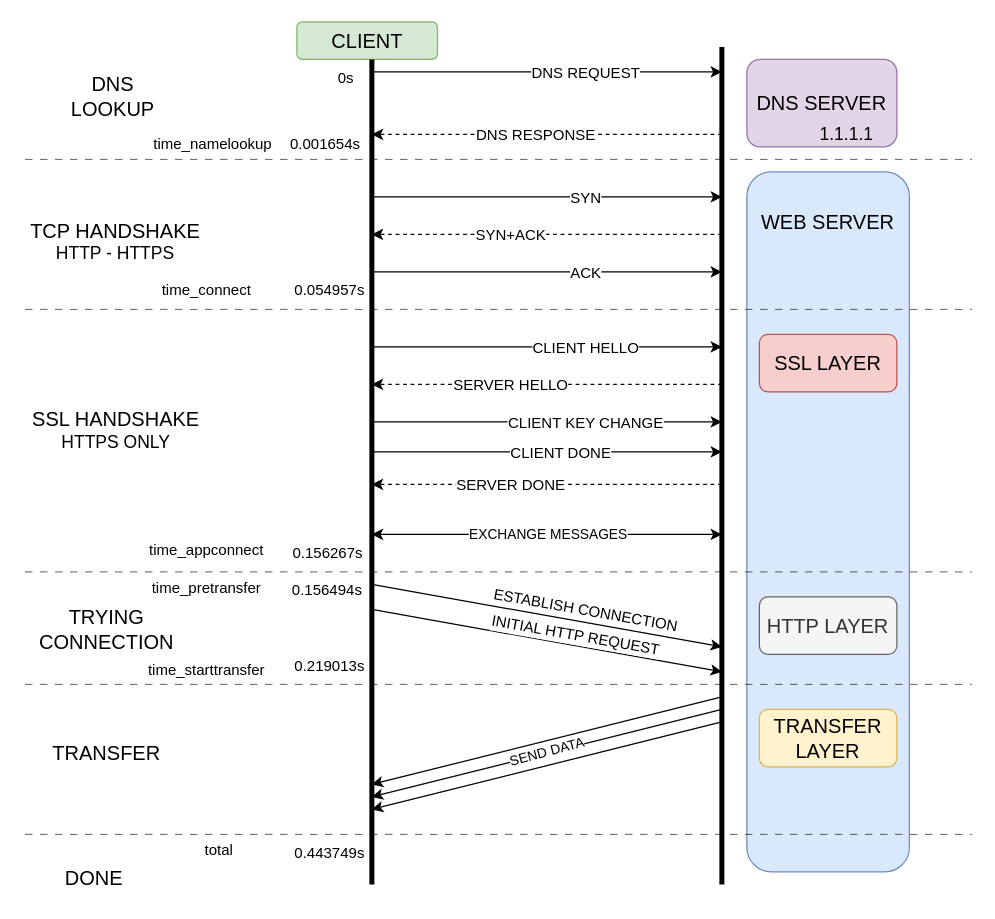
sjaghori/thesis-efficient-serverless-computing-with-webassembly keeps this draw.io diagram as drawio/curl_performance_metrics.drawio. Above is the earlier version. Source tidied: cells renumbered, new cells numbered last; positions are measured from the earlier drawing's top-left corner, leaving out a move shared by most shapes. Both pictures are drawn from the tidied source at 125%, with x=0, y=0 at pixel (21, 21).
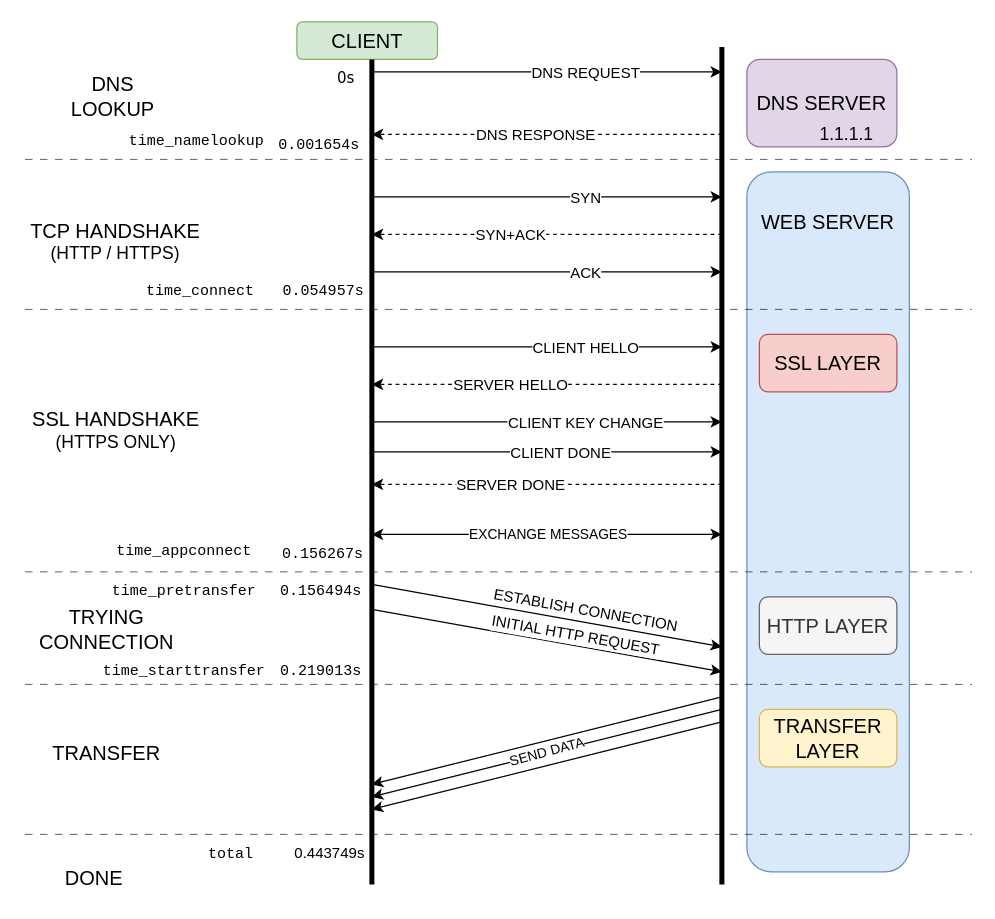
After the change.

What changed in the source:
```diff
@@
-    <mxCell id="48" value="&lt;font style=&quot;&quot;&gt;&lt;span style=&quot;font-size: 16px;&quot;&gt;TCP HANDSHAKE&lt;/span&gt;&lt;br&gt;&lt;font style=&quot;font-size: 14px;&quot;&gt;HTTP - HTTPS&lt;/font&gt;&lt;br&gt;&lt;/font&gt;" style="text;html=1;strokeColor=none;fillColor=none;align=center;verticalAlign=middle;whiteSpace=wrap;rounded=0;" parent="1" vertex="1">
+    <mxCell id="48" value="&lt;font style=&quot;&quot;&gt;&lt;span style=&quot;font-size: 16px;&quot;&gt;TCP HANDSHAKE&lt;/span&gt;&lt;br&gt;&lt;font style=&quot;font-size: 14px;&quot;&gt;(HTTP / HTTPS)&lt;/font&gt;&lt;br&gt;&lt;/font&gt;" style="text;html=1;strokeColor=none;fillColor=none;align=center;verticalAlign=middle;whiteSpace=wrap;rounded=0;" parent="1" vertex="1">
       <mxGeometry y="150" width="150" height="50" as="geometry" />
     </mxCell>
@@
-    <mxCell id="52" value="&lt;font style=&quot;&quot;&gt;&lt;span style=&quot;font-size: 16px;&quot;&gt;SSL HANDSHAKE&lt;/span&gt;&lt;br&gt;&lt;font style=&quot;font-size: 14px;&quot;&gt;HTTPS ONLY&lt;/font&gt;&lt;br&gt;&lt;/font&gt;" style="text;html=1;strokeColor=none;fillColor=none;align=center;verticalAlign=middle;whiteSpace=wrap;rounded=0;" parent="1" vertex="1">
+    <mxCell id="52" value="&lt;font style=&quot;&quot;&gt;&lt;span style=&quot;font-size: 16px;&quot;&gt;SSL HANDSHAKE&lt;/span&gt;&lt;br&gt;&lt;font style=&quot;font-size: 14px;&quot;&gt;(HTTPS ONLY)&lt;/font&gt;&lt;br&gt;&lt;/font&gt;" style="text;html=1;strokeColor=none;fillColor=none;align=center;verticalAlign=middle;whiteSpace=wrap;rounded=0;" parent="1" vertex="1">
       <mxGeometry x="2.5" y="308" width="145" height="36" as="geometry" />
     </mxCell>
-    <mxCell id="53" value="time_namelookup" style="text;html=1;strokeColor=none;fillColor=none;align=center;verticalAlign=middle;whiteSpace=wrap;rounded=0;" parent="1" vertex="1">
-      <mxGeometry x="87.5" y="85" width="130" height="25" as="geometry" />
+    <mxCell id="53" value="&lt;font face=&quot;Courier New&quot;&gt;time_namelookup&lt;/font&gt;" style="text;html=1;strokeColor=none;fillColor=none;align=center;verticalAlign=middle;whiteSpace=wrap;rounded=0;" parent="1" vertex="1">
+      <mxGeometry x="75" y="82.5" width="130" height="25" as="geometry" />
     </mxCell>
-    <mxCell id="54" value="time_connect" style="text;html=1;strokeColor=none;fillColor=none;align=center;verticalAlign=middle;whiteSpace=wrap;rounded=0;" parent="1" vertex="1">
-      <mxGeometry x="82.5" y="202.5" width="130" height="25" as="geometry" />
+    <mxCell id="54" value="&lt;font face=&quot;Courier New&quot;&gt;time_connect&lt;/font&gt;" style="text;html=1;strokeColor=none;fillColor=none;align=center;verticalAlign=middle;whiteSpace=wrap;rounded=0;" parent="1" vertex="1">
+      <mxGeometry x="87.5" y="202.5" width="110" height="25" as="geometry" />
     </mxCell>
-    <mxCell id="55" value="time_appconnect" style="text;html=1;strokeColor=none;fillColor=none;align=center;verticalAlign=middle;whiteSpace=wrap;rounded=0;" parent="1" vertex="1">
-      <mxGeometry x="82.5" y="410" width="130" height="25" as="geometry" />
+    <mxCell id="55" value="&lt;font face=&quot;Courier New&quot;&gt;time_appconnect&lt;/font&gt;" style="text;html=1;strokeColor=none;fillColor=none;align=center;verticalAlign=middle;whiteSpace=wrap;rounded=0;" parent="1" vertex="1">
+      <mxGeometry x="70" y="410" width="120" height="25" as="geometry" />
     </mxCell>
-    <mxCell id="56" value="time_pretransfer" style="text;html=1;strokeColor=none;fillColor=none;align=center;verticalAlign=middle;whiteSpace=wrap;rounded=0;" parent="1" vertex="1">
-      <mxGeometry x="82.5" y="440" width="130" height="25" as="geometry" />
+    <mxCell id="56" value="&lt;font face=&quot;Courier New&quot;&gt;time_pretransfer&lt;/font&gt;" style="text;html=1;strokeColor=none;fillColor=none;align=center;verticalAlign=middle;whiteSpace=wrap;rounded=0;" parent="1" vertex="1">
+      <mxGeometry x="65" y="442.5" width="130" height="25" as="geometry" />
     </mxCell>
-    <mxCell id="57" value="time_starttransfer" style="text;html=1;strokeColor=none;fillColor=none;align=center;verticalAlign=middle;whiteSpace=wrap;rounded=0;" parent="1" vertex="1">
-      <mxGeometry x="82.5" y="506" width="130" height="25" as="geometry" />
+    <mxCell id="57" value="&lt;font face=&quot;Courier New&quot;&gt;time_starttransfer&lt;/font&gt;" style="text;html=1;strokeColor=none;fillColor=none;align=center;verticalAlign=middle;whiteSpace=wrap;rounded=0;" parent="1" vertex="1">
+      <mxGeometry x="65" y="506" width="130" height="25" as="geometry" />
     </mxCell>
-    <mxCell id="58" value="total" style="text;html=1;strokeColor=none;fillColor=none;align=center;verticalAlign=middle;whiteSpace=wrap;rounded=0;" parent="1" vertex="1">
-      <mxGeometry x="97.5" y="650" width="120" height="25" as="geometry" />
+    <mxCell id="58" value="&lt;font face=&quot;Courier New&quot;&gt;total&lt;/font&gt;" style="text;html=1;strokeColor=none;fillColor=none;align=center;verticalAlign=middle;whiteSpace=wrap;rounded=0;" parent="1" vertex="1">
+      <mxGeometry x="130" y="652.5" width="75" height="25" as="geometry" />
     </mxCell>
-    <mxCell id="59" value="0s" style="text;html=1;strokeColor=none;fillColor=none;align=center;verticalAlign=middle;whiteSpace=wrap;rounded=0;" parent="1" vertex="1">
+    <mxCell id="59" value="&lt;font face=&quot;Verdana&quot;&gt;0s&lt;/font&gt;" style="text;html=1;strokeColor=none;fillColor=none;align=center;verticalAlign=middle;whiteSpace=wrap;rounded=0;" parent="1" vertex="1">
       <mxGeometry x="242.5" y="30" width="32.5" height="30" as="geometry" />
     </mxCell>
-    <mxCell id="60" value="0.054957s" style="text;html=1;strokeColor=none;fillColor=none;align=center;verticalAlign=middle;whiteSpace=wrap;rounded=0;" parent="1" vertex="1">
-      <mxGeometry x="220" y="200" width="52.5" height="30" as="geometry" />
+    <mxCell id="60" value="&lt;font face=&quot;Courier New&quot;&gt;0.054957s&lt;/font&gt;" style="text;html=1;strokeColor=none;fillColor=none;align=center;verticalAlign=middle;whiteSpace=wrap;rounded=0;" parent="1" vertex="1">
+      <mxGeometry x="215" y="200" width="52.5" height="30" as="geometry" />
     </mxCell>
-    <mxCell id="61" value="0.156494s" style="text;html=1;strokeColor=none;fillColor=none;align=center;verticalAlign=middle;whiteSpace=wrap;rounded=0;" parent="1" vertex="1">
-      <mxGeometry x="212.5" y="440" width="62.5" height="30" as="geometry" />
+    <mxCell id="61" value="&lt;font face=&quot;Courier New&quot;&gt;0.156494s&lt;/font&gt;" style="text;html=1;strokeColor=none;fillColor=none;align=center;verticalAlign=middle;whiteSpace=wrap;rounded=0;" parent="1" vertex="1">
+      <mxGeometry x="207.5" y="440" width="62.5" height="30" as="geometry" />
     </mxCell>
-    <mxCell id="62" value="0.001654s" style="text;html=1;strokeColor=none;fillColor=none;align=center;verticalAlign=middle;whiteSpace=wrap;rounded=0;" parent="1" vertex="1">
-      <mxGeometry x="212.5" y="82.5" width="60" height="30" as="geometry" />
+    <mxCell id="62" value="&lt;font face=&quot;Courier New&quot;&gt;0.001654s&lt;/font&gt;" style="text;html=1;strokeColor=none;fillColor=none;align=center;verticalAlign=middle;whiteSpace=wrap;rounded=0;" parent="1" vertex="1">
+      <mxGeometry x="207.5" y="82.5" width="60" height="30" as="geometry" />
     </mxCell>
-    <mxCell id="63" value="0.156267s" style="text;html=1;strokeColor=none;fillColor=none;align=center;verticalAlign=middle;whiteSpace=wrap;rounded=0;" parent="1" vertex="1">
-      <mxGeometry x="215" y="410" width="60" height="30" as="geometry" />
+    <mxCell id="63" value="&lt;font face=&quot;Courier New&quot;&gt;0.156267s&lt;/font&gt;" style="text;html=1;strokeColor=none;fillColor=none;align=center;verticalAlign=middle;whiteSpace=wrap;rounded=0;" parent="1" vertex="1">
+      <mxGeometry x="211.2" y="410" width="60" height="30" as="geometry" />
     </mxCell>
-    <mxCell id="64" value="0.219013s" style="text;html=1;strokeColor=none;fillColor=none;align=center;verticalAlign=middle;whiteSpace=wrap;rounded=0;" parent="1" vertex="1">
-      <mxGeometry x="215" y="501" width="62.5" height="30" as="geometry" />
+    <mxCell id="64" value="&lt;font face=&quot;Courier New&quot;&gt;0.219013s&lt;/font&gt;" style="text;html=1;strokeColor=none;fillColor=none;align=center;verticalAlign=middle;whiteSpace=wrap;rounded=0;" parent="1" vertex="1">
+      <mxGeometry x="207.5" y="503.5" width="62.5" height="30" as="geometry" />
     </mxCell>
```
